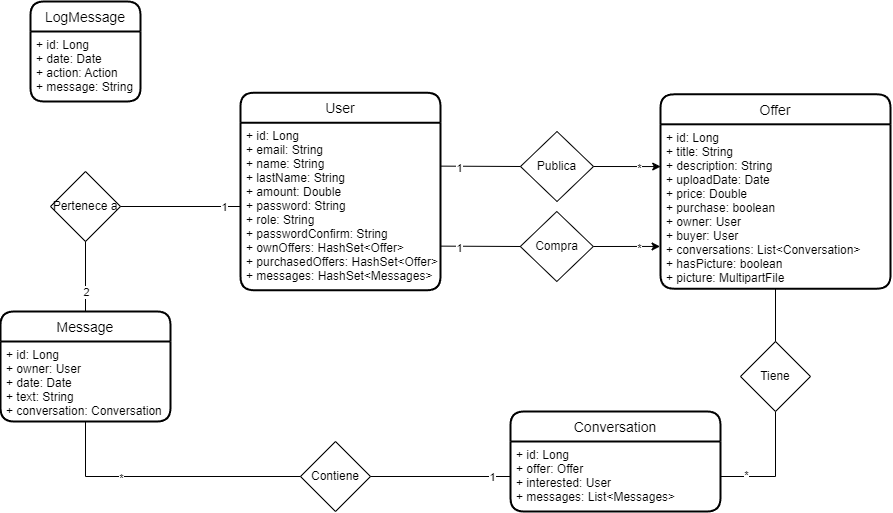
Earlier version of the draw.io export docs/DomainModel.png (Omitg24/SDI2223-entrega1-32). Source tidied: cells renumbered, new cells last; positions are measured from the earlier drawing's top-left corner, leaving out a move shared by most shapes.
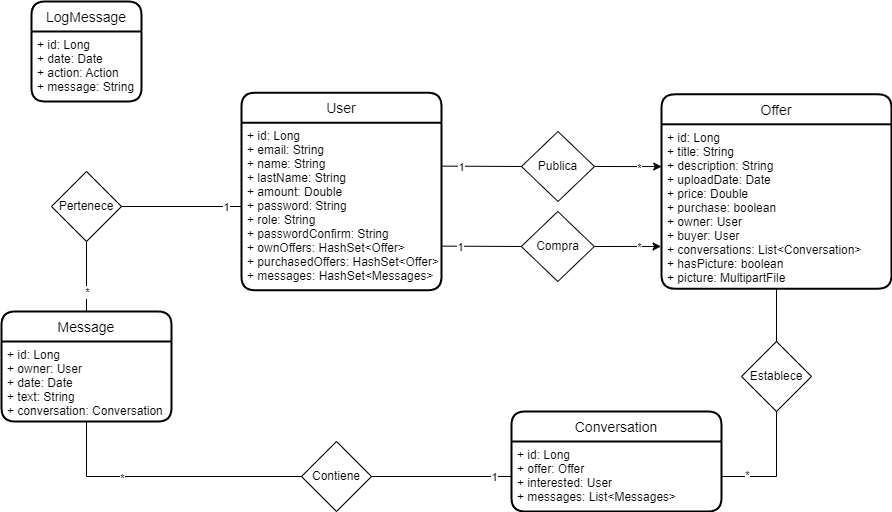
Later version of the same file.

What changed in the source:
```diff
@@ -45,7 +45,7 @@
     <mxCell id="14" value="*" style="edgeLabel;html=1;align=center;verticalAlign=middle;" parent="13" vertex="1">
       <mxGeometry x="0.59" y="-2" relative="1" as="geometry" />
     </mxCell>
-    <mxCell id="15" value="Tiene" style="rhombus;whiteSpace=wrap;html=1;" parent="1" vertex="1">
+    <mxCell id="15" value="Establece" style="rhombus;whiteSpace=wrap;html=1;" parent="1" vertex="1">
       <mxGeometry x="740" y="340" width="70" height="70" as="geometry" />
     </mxCell>
     <mxCell id="16" value="Contiene" style="rhombus;whiteSpace=wrap;html=1;" parent="1" vertex="1">
@@ -69,13 +69,13 @@
     <mxCell id="20" value="*" style="edgeLabel;html=1;align=center;verticalAlign=middle;" parent="19" vertex="1">
       <mxGeometry x="0.34" y="1" relative="1" as="geometry" />
     </mxCell>
-    <mxCell id="21" value="Pertenece a" style="rhombus;whiteSpace=wrap;html=1;" parent="1" vertex="1">
+    <mxCell id="21" value="Pertenece" style="rhombus;whiteSpace=wrap;html=1;" parent="1" vertex="1">
       <mxGeometry x="50" y="170" width="70" height="70" as="geometry" />
     </mxCell>
     <mxCell id="22" style="endArrow=none;html=1;rounded=0;exitX=0.5;exitY=0;exitDx=0;exitDy=0;entryX=0.5;entryY=1;entryDx=0;entryDy=0;" parent="1" edge="1" source="8" target="21">
       <mxGeometry relative="1" as="geometry" />
     </mxCell>
-    <mxCell id="23" value="2" style="edgeLabel;html=1;align=center;verticalAlign=middle;" parent="22" vertex="1">
+    <mxCell id="23" value="*" style="edgeLabel;html=1;align=center;verticalAlign=middle;" parent="22" vertex="1">
       <mxGeometry x="-0.77" y="-2" relative="1" as="geometry">
         <mxPoint x="-2" y="-12" as="offset" />
       </mxGeometry>
```
